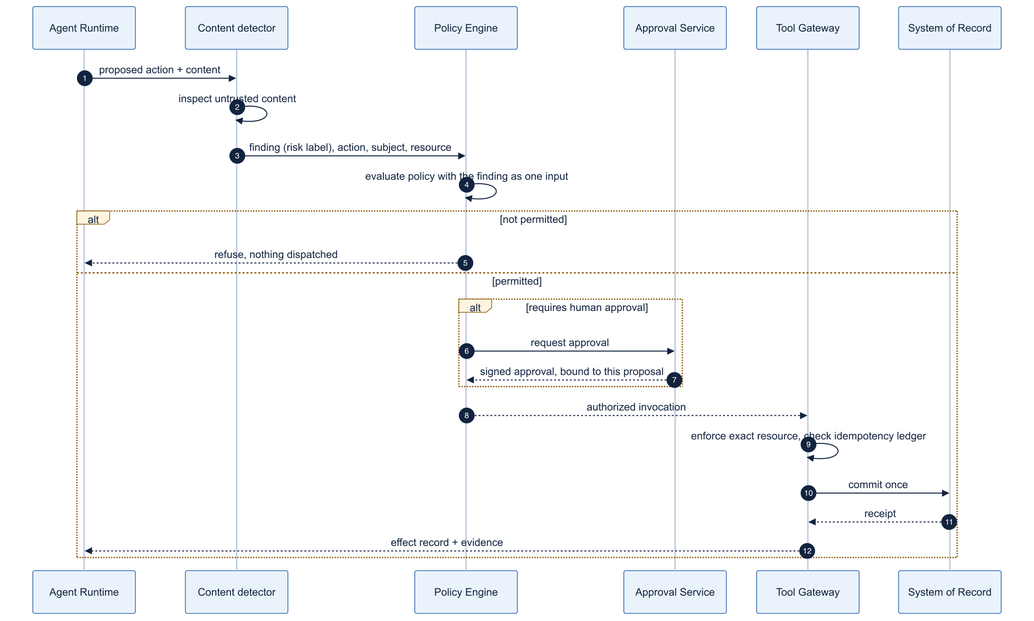
This is assets/diagrams/guardrail-sequence.png from rrahimi-uci/building-enterprise-general-intelligence, a Mermaid export, as it was before one commit. Its source is kept beside it as assets/diagrams/src/guardrail-sequence.mmd.
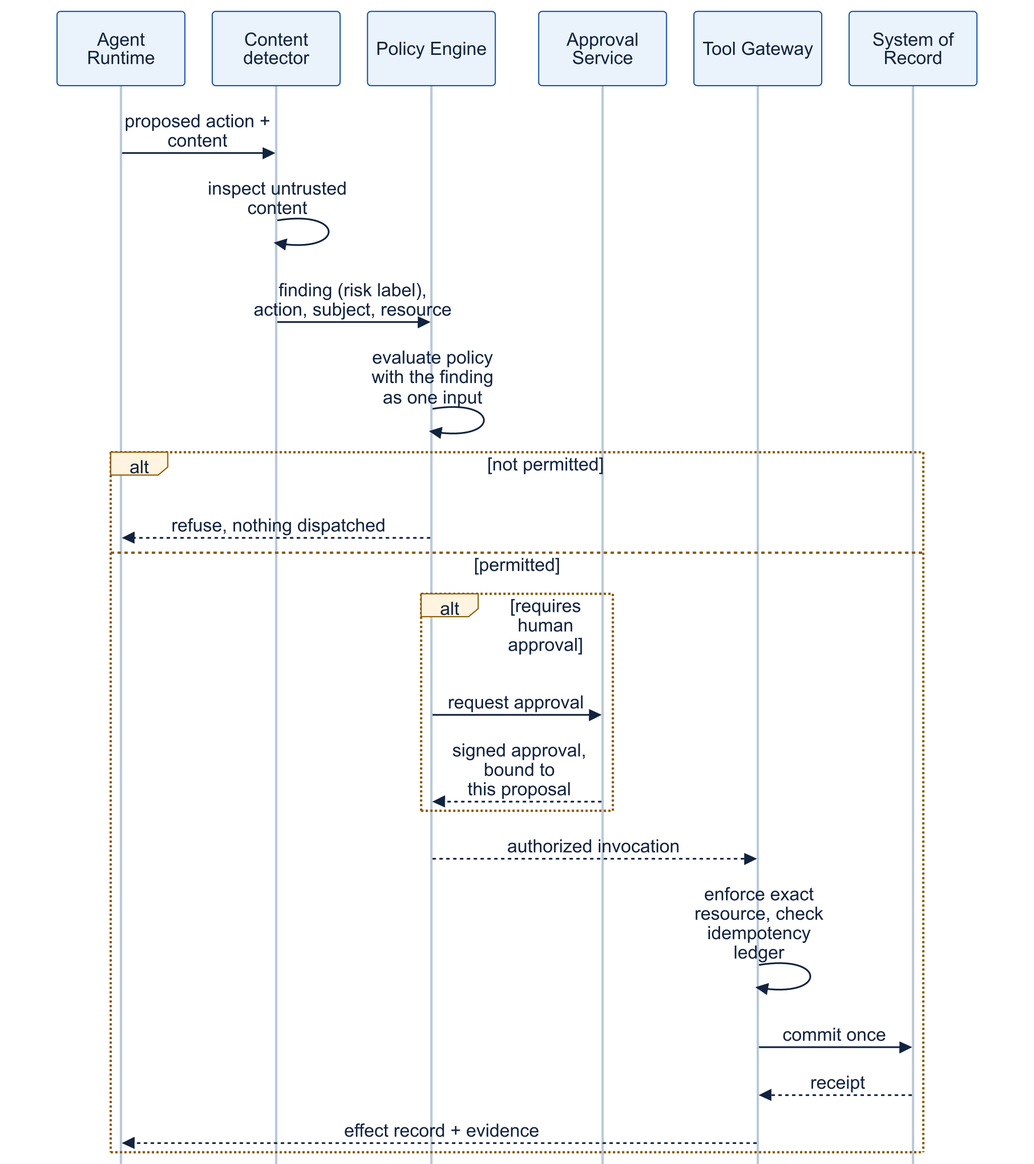
The same file after the commit.

Change to the diagram source:
```diff
@@ -1,5 +1,4 @@
 sequenceDiagram
-    autonumber
     participant Agent as Agent Runtime
     participant Det as Content detector
     participant Pol as Policy Engine
@@ -16,7 +15,7 @@
     else permitted
         alt requires human approval
             Pol->>App: request approval
-            App-->>Pol: signed approval, bound to this proposal
+            App-->>Pol: signed approval,<br/>bound to<br/>this proposal
         end
         Pol-->>Tool: authorized invocation
         Tool->>Tool: enforce exact resource, check idempotency ledger
```
